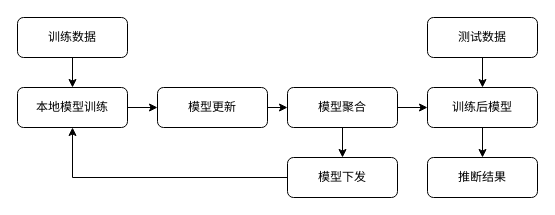
This is drawio/数据投毒.drawio from ShizhongP/dl-notes, a draw.io file, before an edit. Source tidied: cells renumbered, new cells numbered last; positions are measured from the earlier drawing's top-left corner, leaving out a move shared by most shapes. Both pictures are drawn from the tidied source at 100%, with x=0, y=0 at pixel (17, 17).
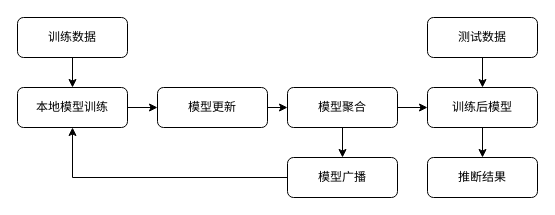
After the change.

Commit message (it also covers changes not shown here):
更新数据投毒.drawio

Change to the diagram source:
```diff
@@
 <mxGraphModel>
   <root>
     <mxCell id="0" />
     <mxCell id="1" parent="0" />
     <mxCell id="2" style="edgeStyle=orthogonalEdgeStyle;rounded=0;jettySize=auto;html=1;exitX=0.5;exitY=1;exitDx=0;exitDy=0;entryX=0.5;entryY=0;entryDx=0;entryDy=0;" parent="1" edge="1" source="3" target="5">
       <mxGeometry relative="1" as="geometry" />
     </mxCell>
     <mxCell id="3" value="训练数据" style="rounded=1;whiteSpace=wrap;html=1;" parent="1" vertex="1">
       <mxGeometry width="110" height="40" as="geometry" />
     </mxCell>
     <mxCell id="4" style="edgeStyle=orthogonalEdgeStyle;rounded=0;jettySize=auto;html=1;exitX=1;exitY=0.5;exitDx=0;exitDy=0;entryX=0;entryY=0.5;entryDx=0;entryDy=0;" parent="1" edge="1" source="5" target="9">
       <mxGeometry relative="1" as="geometry" />
     </mxCell>
     <mxCell id="5" value="本地模型训练" style="rounded=1;whiteSpace=wrap;html=1;" parent="1" vertex="1">
       <mxGeometry y="70" width="110" height="40" as="geometry" />
     </mxCell>
     <mxCell id="6" style="edgeStyle=orthogonalEdgeStyle;rounded=0;jettySize=auto;html=1;exitX=0;exitY=0.5;exitDx=0;exitDy=0;entryX=0.5;entryY=1;entryDx=0;entryDy=0;" parent="1" edge="1" source="7" target="5">
       <mxGeometry relative="1" as="geometry" />
     </mxCell>
-    <mxCell id="7" value="模型下发" style="rounded=1;whiteSpace=wrap;html=1;" parent="1" vertex="1">
+    <mxCell id="7" value="模型广播" style="rounded=1;whiteSpace=wrap;html=1;" parent="1" vertex="1">
       <mxGeometry x="270" y="140" width="110" height="40" as="geometry" />
     </mxCell>
     <mxCell id="8" style="edgeStyle=orthogonalEdgeStyle;rounded=0;jettySize=auto;html=1;exitX=1;exitY=0.5;exitDx=0;exitDy=0;entryX=0;entryY=0.5;entryDx=0;entryDy=0;" parent="1" edge="1" source="9" target="12">
       <mxGeometry relative="1" as="geometry" />
     </mxCell>
     <mxCell id="9" value="模型更新" style="rounded=1;whiteSpace=wrap;html=1;" parent="1" vertex="1">
       <mxGeometry x="140" y="70" width="110" height="40" as="geometry" />
     </mxCell>
     <mxCell id="10" style="edgeStyle=orthogonalEdgeStyle;rounded=0;jettySize=auto;html=1;exitX=0.5;exitY=1;exitDx=0;exitDy=0;entryX=0.5;entryY=0;entryDx=0;entryDy=0;" parent="1" edge="1" source="12" target="7">
       <mxGeometry relative="1" as="geometry" />
     </mxCell>
     <mxCell id="11" style="edgeStyle=orthogonalEdgeStyle;rounded=0;jettySize=auto;html=1;exitX=1;exitY=0.5;exitDx=0;exitDy=0;entryX=0;entryY=0.5;entryDx=0;entryDy=0;" parent="1" edge="1" source="12" target="14">
       <mxGeometry relative="1" as="geometry" />
     </mxCell>
     <mxCell id="12" value="模型聚合" style="rounded=1;whiteSpace=wrap;html=1;" parent="1" vertex="1">
       <mxGeometry x="270" y="70" width="110" height="40" as="geometry" />
     </mxCell>
     <mxCell id="13" style="edgeStyle=orthogonalEdgeStyle;rounded=0;jettySize=auto;html=1;exitX=0.5;exitY=1;exitDx=0;exitDy=0;entryX=0.5;entryY=0;entryDx=0;entryDy=0;" parent="1" edge="1" source="14" target="17">
       <mxGeometry relative="1" as="geometry" />
     </mxCell>
     <mxCell id="14" value="训练后模型" style="rounded=1;whiteSpace=wrap;html=1;" parent="1" vertex="1">
       <mxGeometry x="410" y="70" width="110" height="40" as="geometry" />
     </mxCell>
     <mxCell id="15" style="edgeStyle=orthogonalEdgeStyle;rounded=0;jettySize=auto;html=1;exitX=0.5;exitY=1;exitDx=0;exitDy=0;" parent="1" edge="1" source="16" target="14">
       <mxGeometry relative="1" as="geometry" />
     </mxCell>
     <mxCell id="16" value="测试数据" style="rounded=1;whiteSpace=wrap;html=1;" parent="1" vertex="1">
       <mxGeometry x="410" width="110" height="40" as="geometry" />
     </mxCell>
     <mxCell id="17" value="推断结果" style="rounded=1;whiteSpace=wrap;html=1;" parent="1" vertex="1">
       <mxGeometry x="410" y="140" width="110" height="40" as="geometry" />
     </mxCell>
   </root>
 </mxGraphModel>
```
